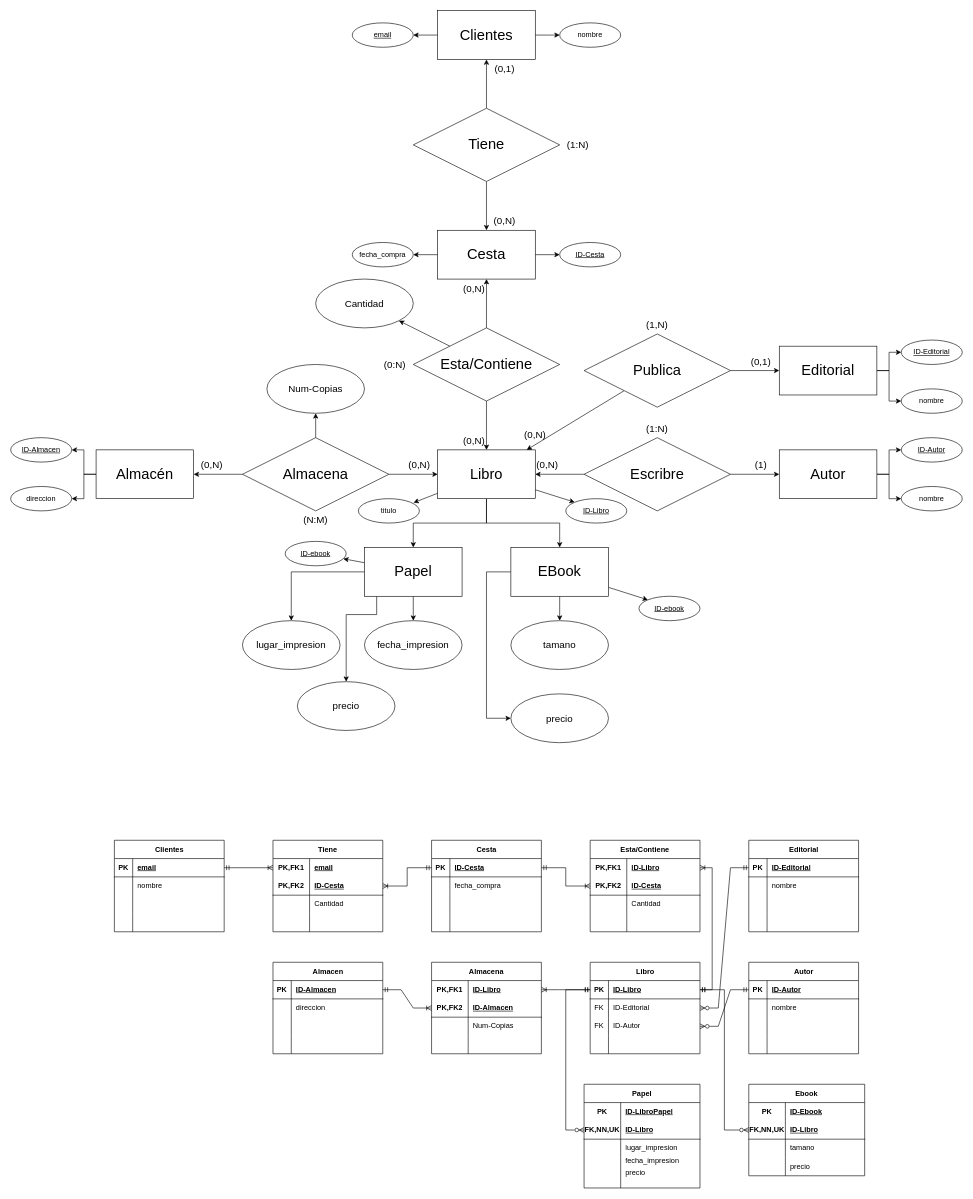
Above: LibreriaOnLine.drawio in miguelelinformatico/2025_26 (draw.io), before the change. Source tidied: cells renumbered, new cells numbered last; positions are measured from the earlier drawing's top-left corner, leaving out a move shared by most shapes. Both pictures are drawn from the tidied source at 61%, with x=0, y=0 at pixel (10, 10).
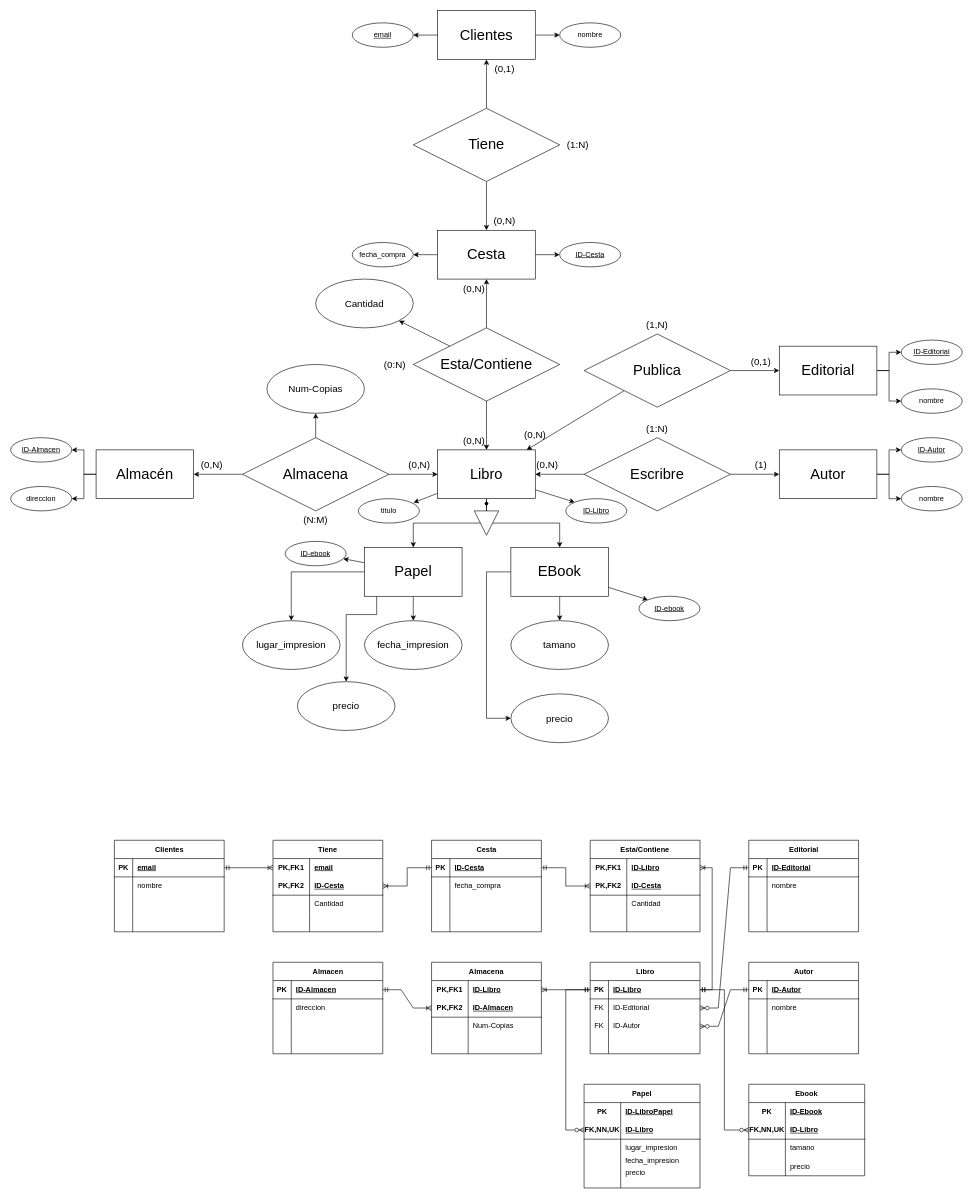
After the change.

Change to the diagram source:
```diff
@@
+    <mxCell id="238" style="shape=waypoint;sketch=0;size=6;fillColor=none;perimeter=centerPerimeter;" parent="1" vertex="1">
+      <mxGeometry x="770" y="798" width="20" height="20" as="geometry" />
+    </mxCell>
+    <mxCell id="239" style="triangle;whiteSpace=wrap;html=1;rotation=90;" parent="1" vertex="1">
+      <mxGeometry x="760" y="820" width="40" height="40" as="geometry" />
+    </mxCell>
```
